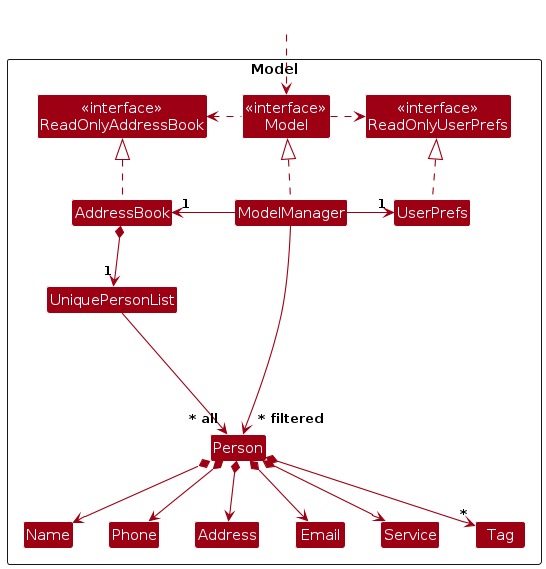
Before: diagrams/ModelClassDiagram.png, a diagram exported from PlantUML (AY2526S2-CS2103-F13-3/tp). Its source is kept beside it as diagrams/ModelClassDiagram.puml.
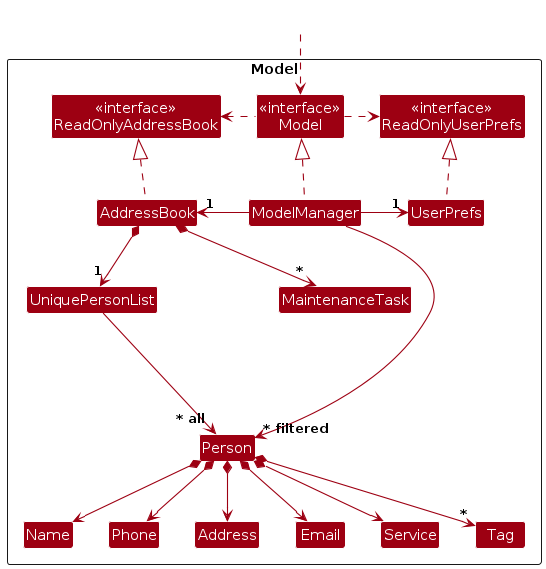
After the commit.

The edit, as a diff of the source:
```diff
@@ -21,6 +21,11 @@
 Class Service
 Class Tag
 
+Class MaintenanceTask {
+    -description: String
+    -date: LocalDate
+}
+
 Class I #FFFFFF
 }
 
@@ -36,6 +41,7 @@
 ModelManager -right-> "1" UserPrefs
 UserPrefs .up.|> ReadOnlyUserPrefs
 
+AddressBook *--> "*" MaintenanceTask
 AddressBook *--> "1" UniquePersonList
 UniquePersonList --> "~* all" Person
 Person *--> Name
```
